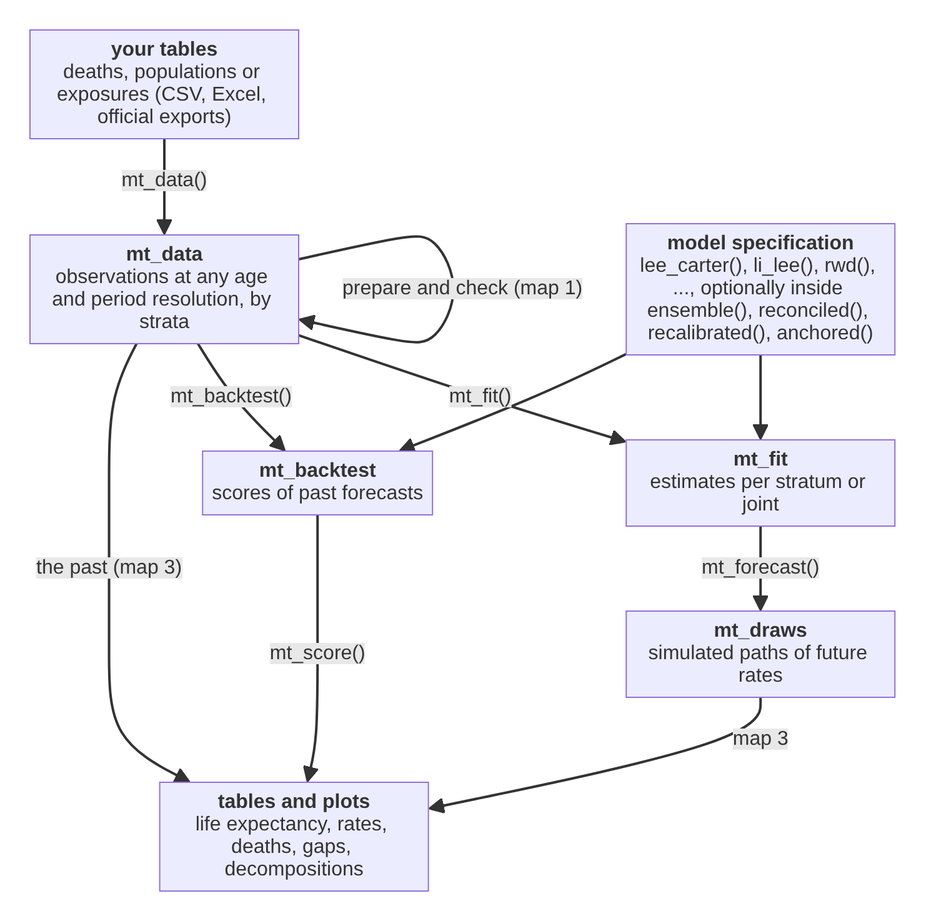
Above: vignettes/articles/function-map-main.png in kalleEF/mortensor (Mermaid), before the change. Its source is kept beside it as dev/diagrams/function-map-main.mmd. The source it was exported from:
```mermaid
flowchart TD
  T["`**your tables**
  deaths, populations or exposures (CSV, Excel, official exports)`"]
  D["`**mt_data**
  observations at any age and period resolution, by strata`"]
  S["`**model specification**
  lee_carter(), li_lee(), rwd(), ..., optionally inside ensemble(), reconciled(), recalibrated(), anchored()`"]
  F["`**mt_fit**
  estimates per stratum or joint`"]
  P["`**mt_draws**
  simulated paths of future rates`"]
  B["`**mt_backtest**
  scores of past forecasts`"]
  R["`**tables and plots**
  life expectancy, rates, deaths, gaps, decompositions`"]
  T -- "mt_data()" --> D
  D -- "prepare and check (map 1)" --> D
  D -- "mt_fit()" --> F
  S --> F
  S --> B
  D -- "mt_backtest()" --> B
  F -- "mt_forecast()" --> P
  P -- "map 3" --> R
  B -- "mt_score()" --> R
  D -- "the past (map 3)" --> R
```
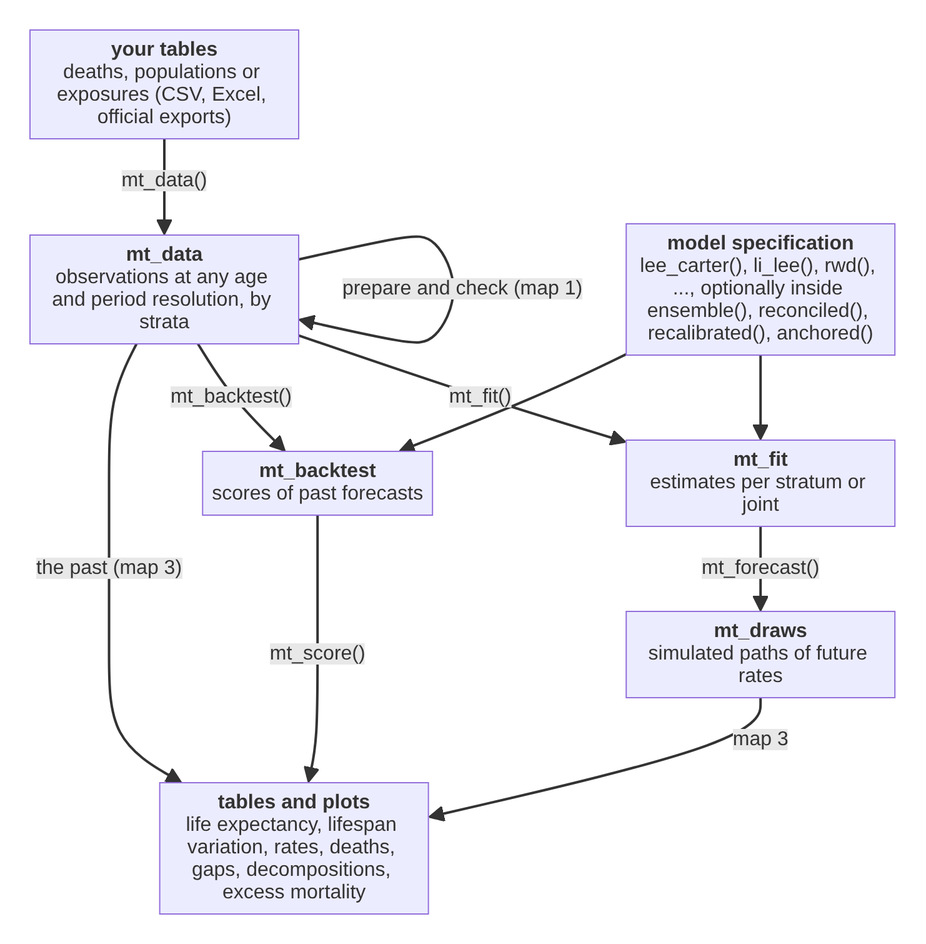
Above is the later version.

Change to the diagram source:
```diff
@@ -12,7 +12,7 @@
   B["`**mt_backtest**
   scores of past forecasts`"]
   R["`**tables and plots**
-  life expectancy, rates, deaths, gaps, decompositions`"]
+  life expectancy, lifespan variation, rates, deaths, gaps, decompositions, excess mortality`"]
   T -- "mt_data()" --> D
   D -- "prepare and check (map 1)" --> D
   D -- "mt_fit()" --> F
```
